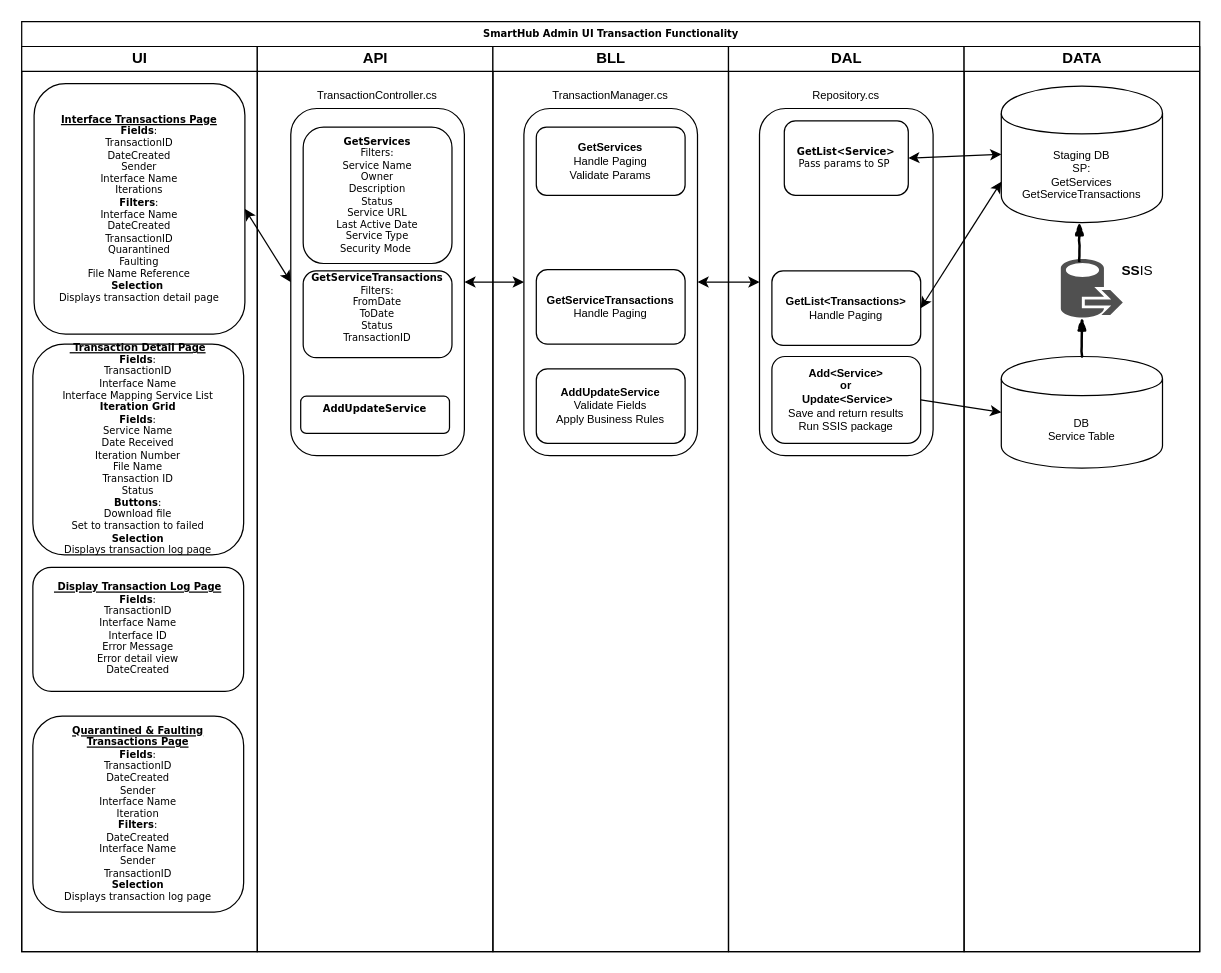
The draw.io diagram SHAdminUI-Transaction-Functionality.drawio in Cyrolies/TigersFreightDocs, before the edit. Source tidied: cells renumbered, new cells numbered last; positions are measured from the earlier drawing's top-left corner, leaving out a move shared by most shapes. Both pictures are drawn from the tidied source at 124%, with x=0, y=0 at pixel (21, 21).
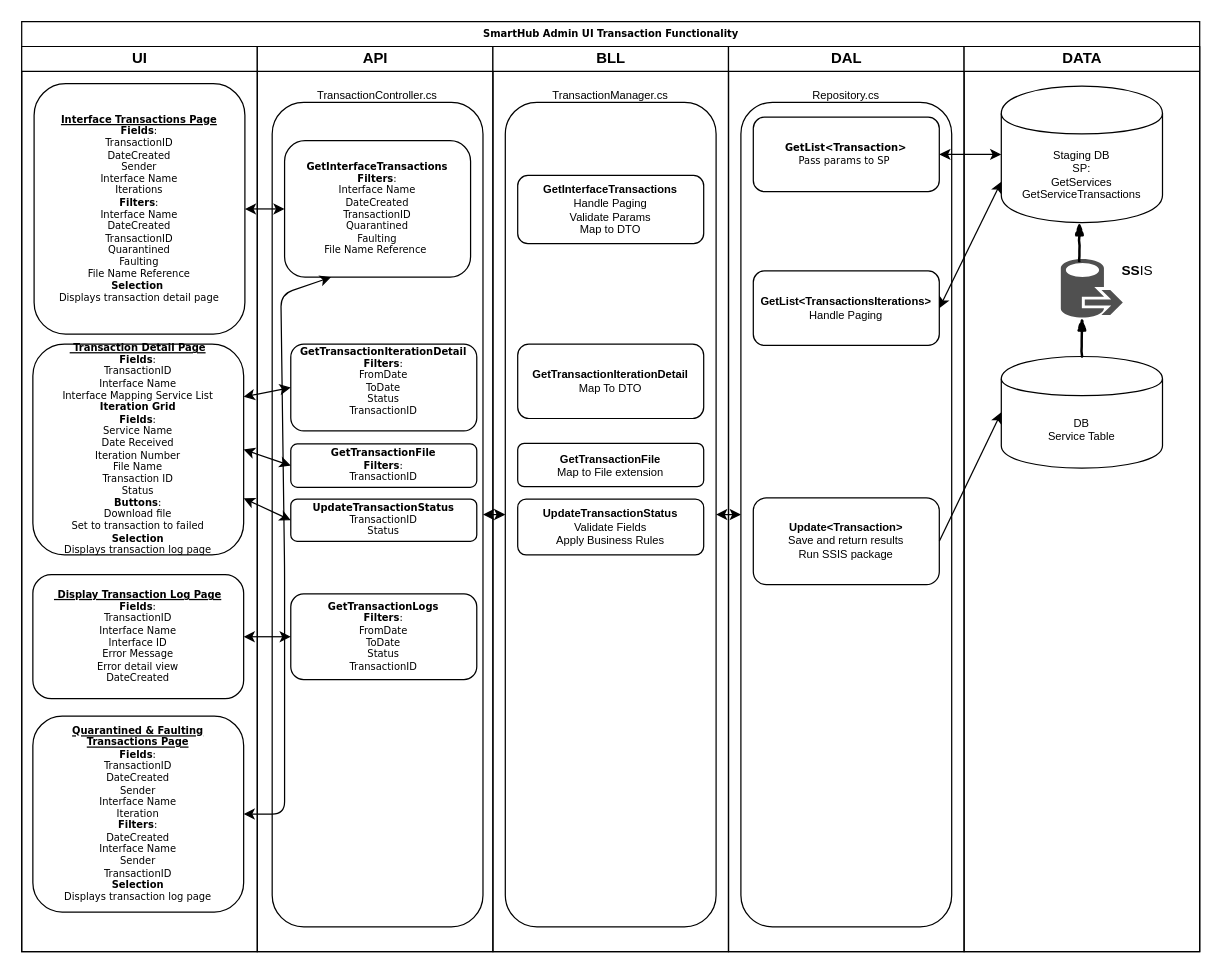
Above is the later version.

The change refers to these unchanged cells:
```xml
<mxCell id="2" value="SmartHub Admin UI Transaction Functionality" style="swimlane;html=1;startSize=20;rounded=0;shadow=0;labelBackgroundColor=none;strokeColor=#000000;strokeWidth=1;fillColor=#ffffff;fontFamily=Verdana;fontSize=8;fontColor=#000000;align=center;" parent="1" vertex="1">
  <mxGeometry width="950" height="750" as="geometry" />
</mxCell>
<mxCell id="3" value="UI" style="swimlane;html=1;startSize=20;" parent="2" vertex="1">
  <mxGeometry y="20" width="190" height="730" as="geometry" />
</mxCell>
<mxCell id="4" value="&lt;b&gt;&lt;u&gt;Interface Transactions Page&lt;/u&gt;&lt;/b&gt;&lt;br&gt;&lt;b&gt;Fields&lt;/b&gt;:&lt;br&gt;TransactionID&lt;br&gt;DateCreated&lt;br&gt;Sender&lt;br&gt;Interface Name&lt;br&gt;Iterations&lt;br&gt;&lt;b&gt;Filters&lt;/b&gt;:&lt;br&gt;Interface Name&lt;br&gt;DateCreated&lt;br&gt;TransactionID&lt;br&gt;Quarantined&lt;br&gt;Faulting&lt;br&gt;File Name Reference&lt;br&gt;&lt;b&gt;Selection&amp;nbsp;&lt;/b&gt;&lt;br&gt;Displays transaction detail page" style="rounded=1;whiteSpace=wrap;html=1;shadow=0;labelBackgroundColor=none;strokeColor=#000000;strokeWidth=1;fillColor=#ffffff;fontFamily=Verdana;fontSize=8;fontColor=#000000;align=center;" parent="3" vertex="1">
  <mxGeometry x="10" y="30" width="170" height="202" as="geometry" />
</mxCell>
<mxCell id="5" value="&lt;b&gt;&lt;u&gt;Quarantined &amp;amp; Faulting&lt;br&gt;Transactions Page&lt;/u&gt;&lt;/b&gt;&lt;br&gt;&lt;b&gt;Fields&lt;/b&gt;:&lt;br&gt;TransactionID&lt;br&gt;DateCreated&lt;br&gt;Sender&lt;br&gt;Interface Name&lt;br&gt;Iteration&lt;br&gt;&lt;b&gt;Filters&lt;/b&gt;:&lt;br&gt;DateCreated&lt;br&gt;Interface Name&lt;br&gt;Sender&lt;br&gt;TransactionID&lt;br&gt;&lt;b&gt;Selection&lt;/b&gt;&lt;br&gt;Displays transaction log page" style="rounded=1;whiteSpace=wrap;html=1;shadow=0;labelBackgroundColor=none;strokeColor=#000000;strokeWidth=1;fillColor=#ffffff;fontFamily=Verdana;fontSize=8;fontColor=#000000;align=center;" parent="3" vertex="1">
  <mxGeometry x="9" y="540" width="170" height="158" as="geometry" />
</mxCell>
<mxCell id="6" value="&lt;b&gt;&lt;u&gt;&amp;nbsp;Transaction Detail Page&lt;/u&gt;&lt;/b&gt;&lt;br&gt;&lt;b&gt;Fields&lt;/b&gt;:&lt;br&gt;TransactionID&lt;br&gt;Interface Name&lt;br&gt;Interface Mapping Service List&lt;br&gt;&lt;b&gt;Iteration Grid&lt;/b&gt;&lt;br&gt;&lt;b&gt;Fields&lt;/b&gt;:&lt;br&gt;Service Name&lt;br&gt;Date Received&lt;br&gt;Iteration Number&lt;br&gt;File Name&lt;br&gt;Transaction ID&lt;br&gt;Status&lt;br&gt;&lt;b&gt;Buttons&lt;/b&gt;:&lt;br&gt;Download file&lt;br&gt;Set to transaction to failed&lt;br&gt;&lt;b&gt;Selection&lt;br&gt;&lt;/b&gt;Displays transaction log page" style="rounded=1;whiteSpace=wrap;html=1;shadow=0;labelBackgroundColor=none;strokeColor=#000000;strokeWidth=1;fillColor=#ffffff;fontFamily=Verdana;fontSize=8;fontColor=#000000;align=center;" parent="3" vertex="1">
  <mxGeometry x="9" y="240" width="170" height="170" as="geometry" />
</mxCell>
<mxCell id="8" value="API" style="swimlane;html=1;startSize=20;" parent="2" vertex="1">
  <mxGeometry x="190" y="20" width="190" height="730" as="geometry" />
</mxCell>
<mxCell id="14" value="BLL" style="swimlane;html=1;startSize=20;" parent="2" vertex="1">
  <mxGeometry x="380" y="20" width="190" height="730" as="geometry" />
</mxCell>
<mxCell id="20" value="DAL" style="swimlane;html=1;startSize=20;" parent="2" vertex="1">
  <mxGeometry x="570" y="20" width="190" height="730" as="geometry" />
</mxCell>
```

Change to the diagram source:
```diff
@@
     <mxCell id="7" value="&lt;b&gt;&lt;u&gt;&amp;nbsp;Display Transaction Log Page&lt;/u&gt;&lt;/b&gt;&lt;br&gt;&lt;b&gt;Fields&lt;/b&gt;:&lt;br&gt;TransactionID&lt;br&gt;Interface Name&lt;br&gt;Interface ID&lt;br&gt;Error Message&lt;br&gt;Error detail view&lt;br&gt;DateCreated&lt;br&gt;" style="rounded=1;whiteSpace=wrap;html=1;shadow=0;labelBackgroundColor=none;strokeColor=#000000;strokeWidth=1;fillColor=#ffffff;fontFamily=Verdana;fontSize=8;fontColor=#000000;align=center;" parent="3" vertex="1">
-      <mxGeometry x="9" y="420" width="170" height="100" as="geometry" />
+      <mxGeometry x="9" y="426" width="170" height="100" as="geometry" />
     </mxCell>
@@
     <mxCell id="9" style="rounded=1;whiteSpace=wrap;html=1;fontSize=9;align=center;" parent="8" vertex="1">
-      <mxGeometry x="27" y="50" width="140" height="280" as="geometry" />
+      <mxGeometry x="12" y="45" width="170" height="665" as="geometry" />
     </mxCell>
-    <mxCell id="10" value="&lt;b&gt;GetServices&lt;br&gt;&lt;/b&gt;Filters:&lt;br&gt;Service Name&lt;br&gt;Owner&lt;br&gt;Description&lt;br&gt;Status&lt;br&gt;Service URL&lt;br&gt;Last Active Date&lt;br&gt;Service Type&lt;br&gt;Security Mode&amp;nbsp;" style="rounded=1;whiteSpace=wrap;html=1;shadow=0;labelBackgroundColor=none;strokeColor=#000000;strokeWidth=1;fillColor=#ffffff;fontFamily=Verdana;fontSize=8;fontColor=#000000;align=center;" parent="8" vertex="1">
-      <mxGeometry x="37" y="65" width="120" height="110" as="geometry" />
+    <mxCell id="10" value="&lt;b&gt;GetInterfaceTransactions&lt;br&gt;&lt;/b&gt;&lt;b&gt;Filters&lt;/b&gt;:&lt;br&gt;Interface Name&lt;br&gt;DateCreated&lt;br&gt;TransactionID&lt;br&gt;Quarantined&lt;br&gt;Faulting&lt;br&gt;File Name Reference&amp;nbsp;" style="rounded=1;whiteSpace=wrap;html=1;shadow=0;labelBackgroundColor=none;strokeColor=#000000;strokeWidth=1;fillColor=#ffffff;fontFamily=Verdana;fontSize=8;fontColor=#000000;align=center;" parent="8" vertex="1">
+      <mxGeometry x="22" y="76" width="150" height="110" as="geometry" />
     </mxCell>
-    <mxCell id="11" value="&lt;b&gt;AddUpdateService&lt;br&gt;&amp;nbsp;&lt;/b&gt;" style="rounded=1;whiteSpace=wrap;html=1;shadow=0;labelBackgroundColor=none;strokeColor=#000000;strokeWidth=1;fillColor=#ffffff;fontFamily=Verdana;fontSize=8;fontColor=#000000;align=center;verticalAlign=middle;" parent="8" vertex="1">
-      <mxGeometry x="35" y="282" width="120" height="30" as="geometry" />
+    <mxCell id="11" value="&lt;b&gt;GetTransactionLogs&lt;br&gt;&lt;/b&gt;&lt;b&gt;Filters&lt;/b&gt;:&lt;br&gt;FromDate&lt;br&gt;ToDate&lt;br&gt;Status&lt;br&gt;TransactionID" style="rounded=1;whiteSpace=wrap;html=1;shadow=0;labelBackgroundColor=none;strokeColor=#000000;strokeWidth=1;fillColor=#ffffff;fontFamily=Verdana;fontSize=8;fontColor=#000000;align=center;verticalAlign=middle;" parent="8" vertex="1">
+      <mxGeometry x="27" y="441.5" width="150" height="69" as="geometry" />
     </mxCell>
@@
-    <mxCell id="13" value="&lt;b&gt;GetServiceTransactions&lt;/b&gt;&lt;br&gt;Filters:&lt;br&gt;FromDate&lt;br&gt;ToDate&lt;br&gt;Status&lt;br&gt;TransactionID&lt;br&gt;&amp;nbsp;" style="rounded=1;whiteSpace=wrap;html=1;shadow=0;labelBackgroundColor=none;strokeColor=#000000;strokeWidth=1;fillColor=#ffffff;fontFamily=Verdana;fontSize=8;fontColor=#000000;align=center;verticalAlign=middle;" parent="8" vertex="1">
-      <mxGeometry x="37" y="181" width="120" height="70" as="geometry" />
+    <mxCell id="13" value="&lt;b&gt;GetTransactionIterationDetail&lt;/b&gt;&lt;br&gt;&lt;b&gt;Filters&lt;/b&gt;:&lt;br&gt;FromDate&lt;br&gt;ToDate&lt;br&gt;Status&lt;br&gt;TransactionID&lt;br&gt;&amp;nbsp;" style="rounded=1;whiteSpace=wrap;html=1;shadow=0;labelBackgroundColor=none;strokeColor=#000000;strokeWidth=1;fillColor=#ffffff;fontFamily=Verdana;fontSize=8;fontColor=#000000;align=center;verticalAlign=middle;" parent="8" vertex="1">
+      <mxGeometry x="27" y="240" width="150" height="70" as="geometry" />
     </mxCell>
+    <mxCell id="39" value="&lt;b&gt;GetTransactionFile&lt;br&gt;&lt;/b&gt;&lt;b&gt;Filters&lt;/b&gt;:&lt;br&gt;TransactionID" style="rounded=1;whiteSpace=wrap;html=1;shadow=0;labelBackgroundColor=none;strokeColor=#000000;strokeWidth=1;fillColor=#ffffff;fontFamily=Verdana;fontSize=8;fontColor=#000000;align=center;verticalAlign=middle;" parent="8" vertex="1">
+      <mxGeometry x="27" y="320.5" width="150" height="35" as="geometry" />
+    </mxCell>
+    <mxCell id="40" value="&lt;b&gt;UpdateTransactionStatus&lt;br&gt;&lt;/b&gt;TransactionID&lt;br&gt;Status" style="rounded=1;whiteSpace=wrap;html=1;shadow=0;labelBackgroundColor=none;strokeColor=#000000;strokeWidth=1;fillColor=#ffffff;fontFamily=Verdana;fontSize=8;fontColor=#000000;align=center;verticalAlign=middle;" parent="8" vertex="1">
+      <mxGeometry x="27" y="365" width="150" height="34" as="geometry" />
+    </mxCell>
@@
     <mxCell id="15" style="rounded=1;whiteSpace=wrap;html=1;shadow=0;labelBackgroundColor=none;strokeColor=#000000;strokeWidth=1;fillColor=#ffffff;fontFamily=Verdana;fontSize=8;fontColor=#000000;align=center;" parent="14" vertex="1">
-      <mxGeometry x="25" y="50" width="140" height="280" as="geometry" />
+      <mxGeometry x="10" y="45" width="170" height="665" as="geometry" />
     </mxCell>
@@
-    <mxCell id="17" value="&lt;b&gt;GetServices&lt;/b&gt;&lt;br&gt;Handle Paging&lt;br&gt;Validate Params" style="rounded=1;whiteSpace=wrap;html=1;fontSize=9;align=center;" parent="14" vertex="1">
-      <mxGeometry x="35" y="65" width="120" height="55" as="geometry" />
+    <mxCell id="17" value="&lt;b&gt;GetInterfaceTransactions&lt;/b&gt;&lt;br&gt;Handle Paging&lt;br&gt;Validate Params&lt;br&gt;Map to DTO" style="rounded=1;whiteSpace=wrap;html=1;fontSize=9;align=center;" parent="14" vertex="1">
+      <mxGeometry x="20" y="104" width="150" height="55" as="geometry" />
     </mxCell>
-    <mxCell id="18" value="&lt;b&gt;AddUpdateService&lt;/b&gt;&lt;br&gt;Validate Fields&lt;br&gt;Apply Business Rules" style="rounded=1;whiteSpace=wrap;html=1;fontSize=9;align=center;" parent="14" vertex="1">
-      <mxGeometry x="35" y="260" width="120" height="60" as="geometry" />
+    <mxCell id="18" value="&lt;b&gt;UpdateTransactionStatus&lt;/b&gt;&lt;br&gt;Validate Fields&lt;br&gt;Apply Business Rules" style="rounded=1;whiteSpace=wrap;html=1;fontSize=9;align=center;" parent="14" vertex="1">
+      <mxGeometry x="20" y="365" width="150" height="45" as="geometry" />
     </mxCell>
-    <mxCell id="19" value="&lt;b&gt;GetServiceTransactions&lt;/b&gt;&lt;br&gt;Handle Paging" style="rounded=1;whiteSpace=wrap;html=1;fontSize=9;align=center;" parent="14" vertex="1">
-      <mxGeometry x="35" y="180" width="120" height="60" as="geometry" />
+    <mxCell id="19" value="&lt;b&gt;GetTransactionIterationDetail&lt;/b&gt;&lt;br&gt;Map To DTO" style="rounded=1;whiteSpace=wrap;html=1;fontSize=9;align=center;" parent="14" vertex="1">
+      <mxGeometry x="20" y="240" width="150" height="60" as="geometry" />
     </mxCell>
+    <mxCell id="41" value="&lt;b&gt;GetTransactionFile&lt;/b&gt;&lt;br&gt;Map to File extension" style="rounded=1;whiteSpace=wrap;html=1;fontSize=9;align=center;" parent="14" vertex="1">
+      <mxGeometry x="20" y="320" width="150" height="35" as="geometry" />
+    </mxCell>
@@
     <mxCell id="21" style="rounded=1;whiteSpace=wrap;html=1;fontSize=9;align=center;" parent="20" vertex="1">
-      <mxGeometry x="25" y="50" width="140" height="280" as="geometry" />
+      <mxGeometry x="10" y="45" width="170" height="665" as="geometry" />
     </mxCell>
-    <mxCell id="22" value="&lt;b&gt;GetList&amp;lt;Service&amp;gt;&lt;br&gt;&lt;/b&gt;Pass params to SP&amp;nbsp;" style="rounded=1;whiteSpace=wrap;html=1;shadow=0;labelBackgroundColor=none;strokeColor=#000000;strokeWidth=1;fillColor=#ffffff;fontFamily=Verdana;fontSize=8;fontColor=#000000;align=center;" parent="20" vertex="1">
-      <mxGeometry x="45" y="60" width="100" height="60" as="geometry" />
+    <mxCell id="22" value="&lt;b&gt;GetList&amp;lt;Transaction&amp;gt;&lt;br&gt;&lt;/b&gt;Pass params to SP&amp;nbsp;" style="rounded=1;whiteSpace=wrap;html=1;shadow=0;labelBackgroundColor=none;strokeColor=#000000;strokeWidth=1;fillColor=#ffffff;fontFamily=Verdana;fontSize=8;fontColor=#000000;align=center;" parent="20" vertex="1">
+      <mxGeometry x="20" y="57" width="150" height="60" as="geometry" />
     </mxCell>
-    <mxCell id="23" value="&lt;b&gt;Add&amp;lt;Service&amp;gt; &lt;br&gt;or&lt;br&gt;&amp;nbsp;Update&amp;lt;Service&amp;gt;&lt;/b&gt;&lt;br&gt;Save and return results&lt;br&gt;Run SSIS package" style="rounded=1;whiteSpace=wrap;html=1;fontSize=9;align=center;" parent="20" vertex="1">
-      <mxGeometry x="35" y="250" width="120" height="70" as="geometry" />
+    <mxCell id="23" value="&lt;b&gt;Update&amp;lt;Transaction&amp;gt;&lt;/b&gt;&lt;br&gt;Save and return results&lt;br&gt;Run SSIS package" style="rounded=1;whiteSpace=wrap;html=1;fontSize=9;align=center;" parent="20" vertex="1">
+      <mxGeometry x="20" y="364" width="150" height="70" as="geometry" />
     </mxCell>
-    <mxCell id="24" value="&lt;b&gt;GetList&amp;lt;Transactions&amp;gt;&lt;/b&gt;&lt;br&gt;Handle Paging" style="rounded=1;whiteSpace=wrap;html=1;fontSize=9;align=center;" parent="20" vertex="1">
-      <mxGeometry x="35" y="181" width="120" height="60" as="geometry" />
+    <mxCell id="24" value="&lt;b&gt;GetList&amp;lt;TransactionsIterations&amp;gt;&lt;/b&gt;&lt;br&gt;Handle Paging" style="rounded=1;whiteSpace=wrap;html=1;fontSize=9;align=center;" parent="20" vertex="1">
+      <mxGeometry x="20" y="181" width="150" height="60" as="geometry" />
     </mxCell>
@@
-    <mxCell id="32" style="endArrow=classic;startArrow=classic;html=1;fontSize=9;entryX=0;entryY=0.5;entryDx=0;entryDy=0;exitX=1;exitY=0.5;exitDx=0;exitDy=0;" parent="2" edge="1" source="4" target="9">
+    <mxCell id="32" style="endArrow=classic;startArrow=classic;html=1;fontSize=9;entryX=0;entryY=0.5;entryDx=0;entryDy=0;exitX=1;exitY=0.5;exitDx=0;exitDy=0;" parent="2" edge="1" source="4" target="10">
       <mxGeometry relative="1" as="geometry" />
     </mxCell>
@@
+    <mxCell id="42" style="endArrow=classic;startArrow=classic;html=1;fontSize=9;entryX=0;entryY=0.5;entryDx=0;entryDy=0;exitX=1;exitY=0.25;exitDx=0;exitDy=0;" parent="2" edge="1" source="6" target="13">
+      <mxGeometry relative="1" as="geometry" />
+    </mxCell>
+    <mxCell id="43" style="endArrow=classic;startArrow=classic;html=1;fontSize=9;entryX=0;entryY=0.5;entryDx=0;entryDy=0;exitX=1;exitY=0.5;exitDx=0;exitDy=0;" parent="2" edge="1" source="7" target="11">
+      <mxGeometry relative="1" as="geometry" />
+    </mxCell>
+    <mxCell id="44" style="endArrow=classic;startArrow=classic;html=1;fontSize=9;entryX=0.25;entryY=1;entryDx=0;entryDy=0;" parent="2" edge="1" source="5" target="10">
+      <mxGeometry relative="1" as="geometry">
+        <Array as="points">
+          <mxPoint x="212" y="639" />
+          <mxPoint x="212" y="440" />
+          <mxPoint x="209" y="220" />
+        </Array>
+      </mxGeometry>
+    </mxCell>
+    <mxCell id="45" style="endArrow=classic;startArrow=classic;html=1;fontSize=9;entryX=0;entryY=0.5;entryDx=0;entryDy=0;" parent="2" edge="1" source="6" target="40">
+      <mxGeometry relative="1" as="geometry" />
+    </mxCell>
+    <mxCell id="46" style="endArrow=classic;startArrow=classic;html=1;fontSize=9;entryX=0;entryY=0.5;entryDx=0;entryDy=0;exitX=1;exitY=0.5;exitDx=0;exitDy=0;" parent="2" edge="1" source="6" target="39">
+      <mxGeometry relative="1" as="geometry" />
+    </mxCell>
```
